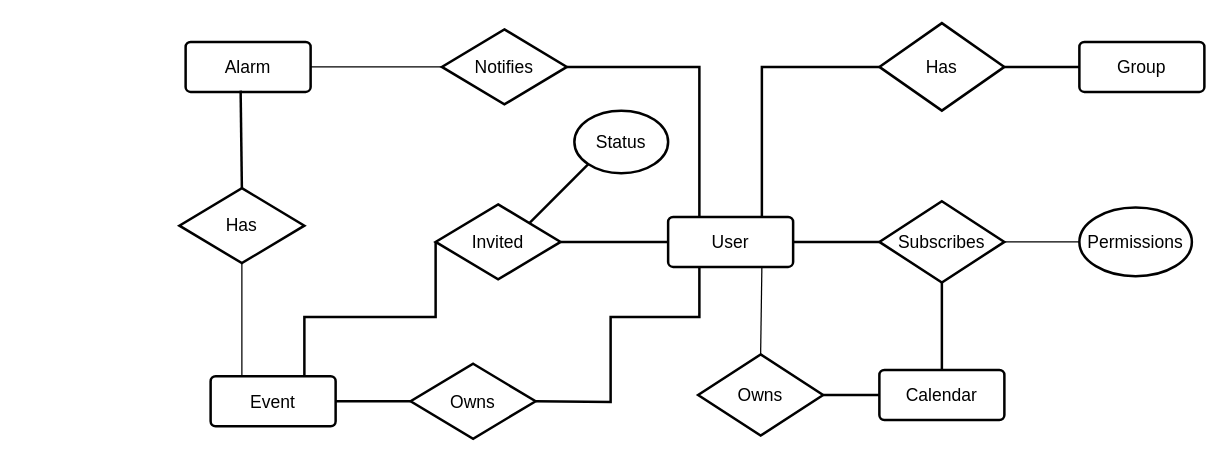
iLostMyEyes/comp3311-ass1 keeps this draw.io diagram as ER.drawio. Above is the earlier version. Source tidied: cells renumbered, new cells numbered last; positions are measured from the earlier drawing's top-left corner, leaving out a move shared by most shapes. Both pictures are drawn from the tidied source at 125%, with x=0, y=0 at pixel (179, 22).
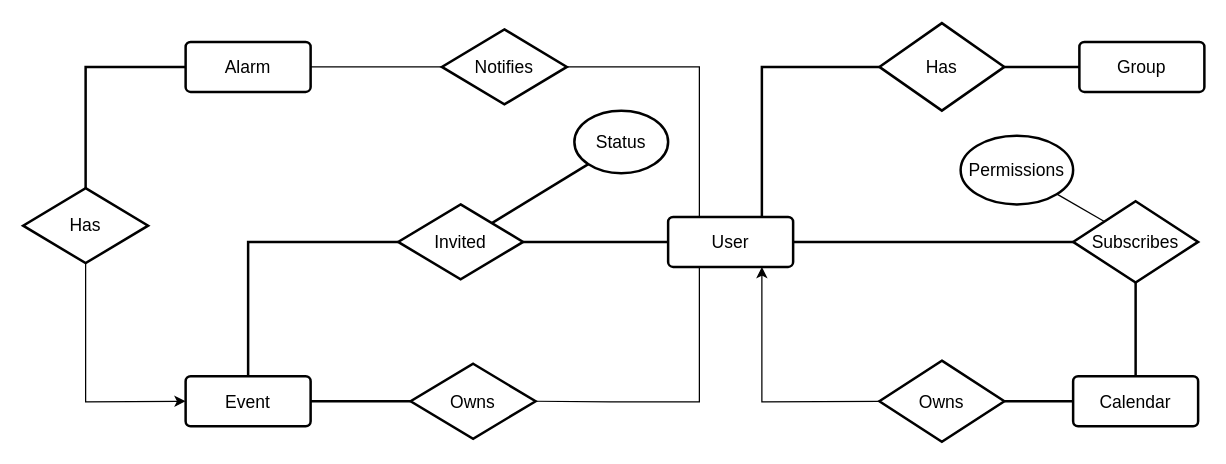
The same diagram, later.

The change refers to these unchanged cells:
```xml
<mxCell id="7" value="User" style="strokeWidth=2;rounded=1;arcSize=10;whiteSpace=wrap;html=1;align=center;fontSize=14;" parent="1" vertex="1">
  <mxGeometry x="391" y="155" width="100" height="40" as="geometry" />
</mxCell>
<mxCell id="8" value="Alarm" style="strokeWidth=2;rounded=1;arcSize=10;whiteSpace=wrap;html=1;align=center;fontSize=14;" parent="1" vertex="1">
  <mxGeometry x="5" y="15" width="100" height="40" as="geometry" />
</mxCell>
<mxCell id="26" value="Notifies" style="shape=rhombus;strokeWidth=2;fontSize=17;perimeter=rhombusPerimeter;whiteSpace=wrap;html=1;align=center;fontSize=14;" parent="1" vertex="1">
  <mxGeometry x="210" y="5" width="100" height="60" as="geometry" />
</mxCell>
<mxCell id="31" value="Owns" style="shape=rhombus;strokeWidth=2;fontSize=17;perimeter=rhombusPerimeter;whiteSpace=wrap;html=1;align=center;fontSize=14;" parent="1" vertex="1">
  <mxGeometry x="185" y="272.5" width="100" height="60" as="geometry" />
</mxCell>
```

What changed in the source:
```diff
@@
-    <mxCell id="2" style="edgeStyle=none;rounded=0;jettySize=auto;html=1;exitX=0.75;exitY=1;exitDx=0;exitDy=0;entryX=0.5;entryY=0;entryDx=0;entryDy=0;endArrow=none;endFill=0;strokeWidth=1;fontSize=14;" parent="1" edge="1" source="7" target="28">
-      <mxGeometry relative="1" as="geometry" />
+    <mxCell id="2" style="edgeStyle=none;rounded=0;jettySize=auto;html=1;exitX=0.75;exitY=1;exitDx=0;exitDy=0;entryX=0;entryY=0.5;entryDx=0;entryDy=0;endArrow=none;endFill=0;strokeWidth=1;fontSize=14;startArrow=classic;startFill=1;" parent="1" edge="1" source="7" target="28">
+      <mxGeometry relative="1" as="geometry">
+        <Array as="points">
+          <mxPoint x="466" y="303" />
+        </Array>
+      </mxGeometry>
     </mxCell>
@@
-    <mxCell id="4" style="edgeStyle=none;rounded=0;jettySize=auto;html=1;exitX=0.25;exitY=0;exitDx=0;exitDy=0;entryX=1;entryY=0.5;entryDx=0;entryDy=0;endArrow=none;endFill=0;strokeWidth=2;fontSize=14;" parent="1" edge="1" source="7" target="26">
+    <mxCell id="4" style="edgeStyle=none;rounded=0;jettySize=auto;html=1;exitX=0.25;exitY=0;exitDx=0;exitDy=0;entryX=1;entryY=0.5;entryDx=0;entryDy=0;endArrow=none;endFill=0;strokeWidth=1;fontSize=14;" parent="1" edge="1" source="7" target="26">
       <mxGeometry relative="1" as="geometry">
         <Array as="points">
           <mxPoint x="416" y="35" />
         </Array>
       </mxGeometry>
     </mxCell>
@@
     <mxCell id="9" value="Calendar" style="strokeWidth=2;rounded=1;arcSize=10;whiteSpace=wrap;html=1;align=center;fontSize=14;" parent="1" vertex="1">
-      <mxGeometry x="560" y="277.5" width="100" height="40" as="geometry" />
+      <mxGeometry x="715" y="282.5" width="100" height="40" as="geometry" />
     </mxCell>
@@
     <mxCell id="11" value="Event" style="strokeWidth=2;rounded=1;arcSize=10;whiteSpace=wrap;html=1;align=center;fontSize=14;" parent="1" vertex="1">
-      <mxGeometry x="25" y="282.5" width="100" height="40" as="geometry" />
+      <mxGeometry x="5" y="282.5" width="100" height="40" as="geometry" />
     </mxCell>
@@
-    <mxCell id="14" style="edgeStyle=none;rounded=0;jettySize=auto;html=1;exitX=1;exitY=0.5;exitDx=0;exitDy=0;entryX=0;entryY=0.5;entryDx=0;entryDy=0;endArrow=none;endFill=0;strokeWidth=1;fontSize=14;" parent="1" edge="1" source="16" target="20">
+    <mxCell id="14" style="edgeStyle=none;rounded=0;jettySize=auto;html=1;exitX=0;exitY=0;exitDx=0;exitDy=0;entryX=1;entryY=1;entryDx=0;entryDy=0;endArrow=none;endFill=0;strokeWidth=1;fontSize=14;" parent="1" edge="1" source="16" target="20">
       <mxGeometry relative="1" as="geometry" />
     </mxCell>
@@
     <mxCell id="16" value="Subscribes" style="shape=rhombus;strokeWidth=2;fontSize=17;perimeter=rhombusPerimeter;whiteSpace=wrap;html=1;align=center;fontSize=14;" parent="1" vertex="1">
-      <mxGeometry x="560" y="142.5" width="100" height="65" as="geometry" />
+      <mxGeometry x="715" y="142.5" width="100" height="65" as="geometry" />
     </mxCell>
-    <mxCell id="17" style="edgeStyle=none;rounded=0;jettySize=auto;html=1;exitX=0.5;exitY=1;exitDx=0;exitDy=0;entryX=0.25;entryY=0;entryDx=0;entryDy=0;endArrow=none;endFill=0;strokeWidth=1;fontSize=14;" parent="1" edge="1" source="19" target="11">
-      <mxGeometry relative="1" as="geometry" />
+    <mxCell id="17" style="edgeStyle=none;rounded=0;jettySize=auto;html=1;exitX=0.5;exitY=1;exitDx=0;exitDy=0;entryX=0;entryY=0.5;entryDx=0;entryDy=0;endArrow=classic;endFill=1;strokeWidth=1;fontSize=14;" parent="1" edge="1" source="19" target="11">
+      <mxGeometry relative="1" as="geometry">
+        <Array as="points">
+          <mxPoint x="-75" y="303" />
+        </Array>
+      </mxGeometry>
     </mxCell>
-    <mxCell id="18" style="edgeStyle=none;rounded=0;jettySize=auto;html=1;exitX=0.5;exitY=0;exitDx=0;exitDy=0;entryX=0.44;entryY=0.975;entryDx=0;entryDy=0;entryPerimeter=0;endArrow=none;endFill=0;strokeWidth=2;fontSize=14;" parent="1" edge="1" source="19" target="8">
-      <mxGeometry relative="1" as="geometry" />
+    <mxCell id="18" style="edgeStyle=none;rounded=0;jettySize=auto;html=1;exitX=0.5;exitY=0;exitDx=0;exitDy=0;entryX=0;entryY=0.5;entryDx=0;entryDy=0;endArrow=none;endFill=0;strokeWidth=2;fontSize=14;startArrow=none;startFill=0;" parent="1" edge="1" source="19" target="8">
+      <mxGeometry relative="1" as="geometry">
+        <Array as="points">
+          <mxPoint x="-75" y="35" />
+        </Array>
+      </mxGeometry>
     </mxCell>
     <mxCell id="19" value="Has" style="shape=rhombus;strokeWidth=2;fontSize=17;perimeter=rhombusPerimeter;whiteSpace=wrap;html=1;align=center;fontSize=14;" parent="1" vertex="1">
-      <mxGeometry y="132" width="100" height="60" as="geometry" />
+      <mxGeometry x="-125" y="132" width="100" height="60" as="geometry" />
     </mxCell>
     <mxCell id="20" value="Permissions" style="ellipse;whiteSpace=wrap;html=1;strokeWidth=2;fontSize=14;" parent="1" vertex="1">
-      <mxGeometry x="720" y="147.5" width="90" height="55" as="geometry" />
+      <mxGeometry x="625" y="90" width="90" height="55" as="geometry" />
     </mxCell>
-    <mxCell id="21" style="edgeStyle=none;rounded=0;jettySize=auto;html=1;exitX=0;exitY=0.5;exitDx=0;exitDy=0;entryX=0.75;entryY=0;entryDx=0;entryDy=0;endArrow=none;endFill=0;strokeWidth=2;fontSize=14;" parent="1" edge="1" source="23" target="11">
+    <mxCell id="21" style="edgeStyle=none;rounded=0;jettySize=auto;html=1;exitX=0;exitY=0.5;exitDx=0;exitDy=0;entryX=0.5;entryY=0;entryDx=0;entryDy=0;endArrow=none;endFill=0;strokeWidth=2;fontSize=14;" parent="1" edge="1" source="23" target="11">
       <mxGeometry relative="1" as="geometry">
         <Array as="points">
-          <mxPoint x="205" y="235" />
-          <mxPoint x="100" y="235" />
+          <mxPoint x="55" y="175" />
+          <mxPoint x="55" y="235" />
         </Array>
       </mxGeometry>
     </mxCell>
@@
     <mxCell id="23" value="Invited" style="shape=rhombus;strokeWidth=2;fontSize=17;perimeter=rhombusPerimeter;whiteSpace=wrap;html=1;align=center;fontSize=14;" parent="1" vertex="1">
-      <mxGeometry x="205" y="145" width="100" height="60" as="geometry" />
+      <mxGeometry x="175" y="145" width="100" height="60" as="geometry" />
     </mxCell>
@@
     <mxCell id="28" value="Owns" style="shape=rhombus;strokeWidth=2;fontSize=17;perimeter=rhombusPerimeter;whiteSpace=wrap;html=1;align=center;fontSize=14;" parent="1" vertex="1">
-      <mxGeometry x="415" y="265" width="100" height="65" as="geometry" />
+      <mxGeometry x="560" y="270" width="100" height="65" as="geometry" />
     </mxCell>
@@
-    <mxCell id="30" style="edgeStyle=none;rounded=0;jettySize=auto;html=1;exitX=1;exitY=0.5;exitDx=0;exitDy=0;entryX=0.25;entryY=1;entryDx=0;entryDy=0;endArrow=none;endFill=0;strokeWidth=2;fontSize=14;" parent="1" edge="1" source="31" target="7">
+    <mxCell id="30" style="edgeStyle=none;rounded=0;jettySize=auto;html=1;exitX=1;exitY=0.5;exitDx=0;exitDy=0;entryX=0.25;entryY=1;entryDx=0;entryDy=0;endArrow=none;endFill=0;strokeWidth=1;fontSize=14;" parent="1" edge="1" source="31" target="7">
       <mxGeometry relative="1" as="geometry">
         <Array as="points">
           <mxPoint x="345" y="303" />
-          <mxPoint x="345" y="235" />
+          <mxPoint x="416" y="303" />
           <mxPoint x="416" y="235" />
         </Array>
       </mxGeometry>
     </mxCell>
```
